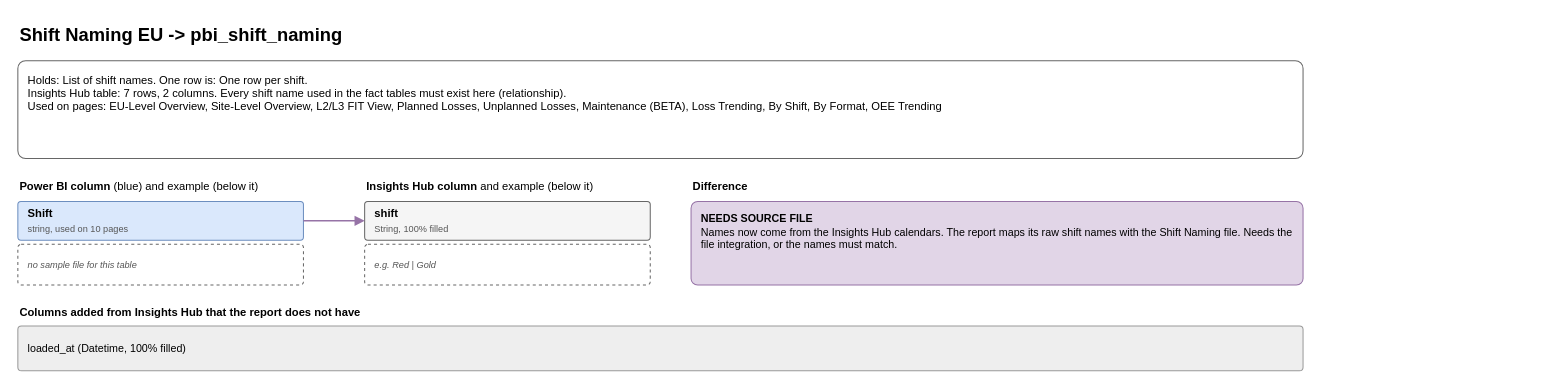
Earlier version of the draw.io diagram page "5 Shift Naming EU" (6 of 9) of diagrams/powerbi-data-map.drawio (AbiyyuMufti/SIH-IBMX-R). Source tidied: cells renumbered, new cells numbered last; positions are measured from the earlier drawing's top-left corner, leaving out a move shared by most shapes. Both pictures are drawn from the tidied source at 102%, with x=0, y=0 at pixel (17, 17).
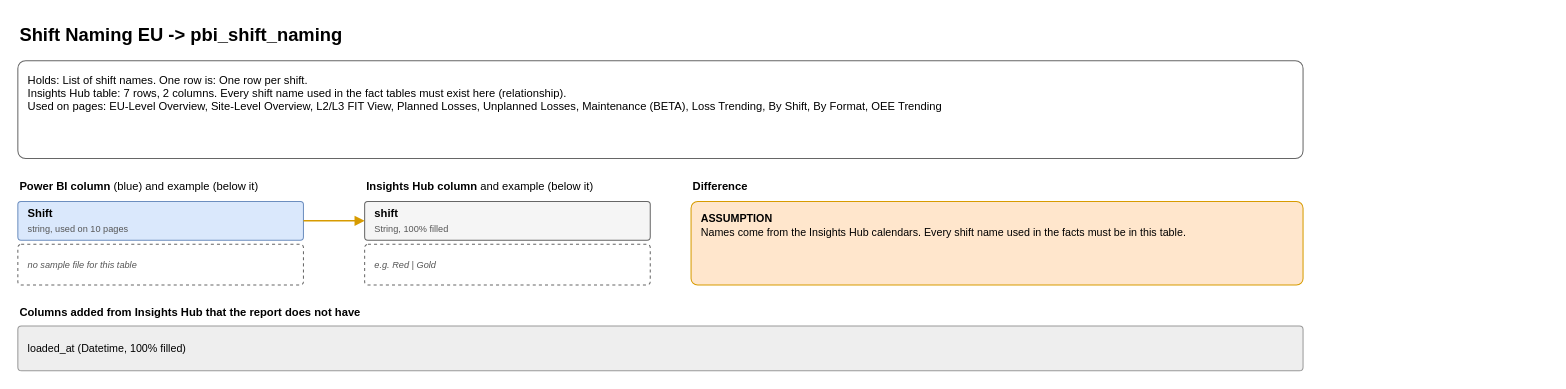
After the change.

What changed in the source:
```diff
@@
 <mxGraphModel>
   <root>
     <mxCell id="0" />
     <mxCell id="1" parent="0" />
     <mxCell id="2" value="&lt;b&gt;Shift Naming EU  -&amp;gt;  pbi_shift_naming&lt;/b&gt;" style="text;html=1;whiteSpace=wrap;align=left;verticalAlign=top;fontSize=12;fontSize=18;" parent="1" vertex="1">
       <mxGeometry width="1500" height="30" as="geometry" />
     </mxCell>
     <mxCell id="3" value="Holds: List of shift names. One row is: One row per shift.&lt;br&gt;Insights Hub table: 7 rows, 2 columns. Every shift name used in the fact tables must exist here (relationship).&lt;br&gt;Used on pages: EU-Level Overview, Site-Level Overview, L2/L3 FIT View, Planned Losses, Unplanned Losses, Maintenance (BETA), Loss Trending, By Shift, By Format, OEE Trending" style="rounded=1;whiteSpace=wrap;html=1;align=left;verticalAlign=middle;spacingLeft=8;spacingRight=6;spacingTop=2;spacingBottom=2;fontSize=11;arcSize=8;fillColor=#ffffff;strokeColor=#666666;verticalAlign=top;spacingTop=6;fontSize=11;" parent="1" vertex="1">
       <mxGeometry y="42" width="1260" height="96" as="geometry" />
     </mxCell>
     <mxCell id="4" value="&lt;b&gt;Power BI column&lt;/b&gt; (blue) and example (below it)" style="text;html=1;whiteSpace=wrap;align=left;verticalAlign=top;fontSize=12;fontSize=11;" parent="1" vertex="1">
       <mxGeometry y="152" width="270" height="20" as="geometry" />
     </mxCell>
     <mxCell id="5" value="&lt;b&gt;Insights Hub column&lt;/b&gt; and example (below it)" style="text;html=1;whiteSpace=wrap;align=left;verticalAlign=top;fontSize=12;fontSize=11;" parent="1" vertex="1">
       <mxGeometry x="340" y="152" width="270" height="20" as="geometry" />
     </mxCell>
     <mxCell id="6" value="&lt;b&gt;Difference&lt;/b&gt;" style="text;html=1;whiteSpace=wrap;align=left;verticalAlign=top;fontSize=12;fontSize=11;" parent="1" vertex="1">
       <mxGeometry x="660" y="152" width="600" height="20" as="geometry" />
     </mxCell>
     <mxCell id="7" value="&lt;b&gt;Shift&lt;/b&gt;&lt;br&gt;&lt;font style=&quot;font-size:9px&quot; color=&quot;#555555&quot;&gt;string, used on 10 pages&lt;/font&gt;" style="rounded=1;whiteSpace=wrap;html=1;align=left;verticalAlign=middle;spacingLeft=8;spacingRight=6;spacingTop=2;spacingBottom=2;fontSize=11;arcSize=8;fillColor=#dae8fc;strokeColor=#6c8ebf;" parent="1" vertex="1">
       <mxGeometry y="180" width="280" height="38" as="geometry" />
     </mxCell>
     <mxCell id="8" value="&lt;font style=&quot;font-size:9px&quot; color=&quot;#555555&quot;&gt;no sample file for this table&lt;/font&gt;" style="rounded=1;whiteSpace=wrap;html=1;align=left;verticalAlign=middle;spacingLeft=8;spacingRight=6;spacingTop=2;spacingBottom=2;fontSize=11;arcSize=8;fillColor=#ffffff;strokeColor=#666666;dashed=1;fontStyle=2;" parent="1" vertex="1">
       <mxGeometry y="222" width="280" height="40" as="geometry" />
     </mxCell>
     <mxCell id="9" value="&lt;b&gt;shift&lt;/b&gt;&lt;br&gt;&lt;font style=&quot;font-size:9px&quot; color=&quot;#555555&quot;&gt;String, 100% filled&lt;/font&gt;" style="rounded=1;whiteSpace=wrap;html=1;align=left;verticalAlign=middle;spacingLeft=8;spacingRight=6;spacingTop=2;spacingBottom=2;fontSize=11;arcSize=8;fillColor=#f5f5f5;strokeColor=#666666;" parent="1" vertex="1">
       <mxGeometry x="340" y="180" width="280" height="38" as="geometry" />
     </mxCell>
     <mxCell id="10" value="&lt;font style=&quot;font-size:9px&quot; color=&quot;#555555&quot;&gt;e.g. Red | Gold&lt;/font&gt;" style="rounded=1;whiteSpace=wrap;html=1;align=left;verticalAlign=middle;spacingLeft=8;spacingRight=6;spacingTop=2;spacingBottom=2;fontSize=11;arcSize=8;fillColor=#ffffff;strokeColor=#666666;dashed=1;fontStyle=2;" parent="1" vertex="1">
       <mxGeometry x="340" y="222" width="280" height="40" as="geometry" />
     </mxCell>
-    <mxCell id="11" style="edgeStyle=orthogonalEdgeStyle;html=1;endArrow=block;endFill=1;strokeWidth=1.5;strokeColor=#9673a6;" parent="1" edge="1" source="7" target="9">
+    <mxCell id="11" style="edgeStyle=orthogonalEdgeStyle;html=1;endArrow=block;endFill=1;strokeWidth=1.5;strokeColor=#d79b00;" parent="1" edge="1" source="7" target="9">
       <mxGeometry relative="1" as="geometry" />
     </mxCell>
-    <mxCell id="12" value="&lt;b&gt;NEEDS SOURCE FILE&lt;/b&gt;&lt;br&gt;Names now come from the Insights Hub calendars. The report maps its raw shift names with the Shift Naming file. Needs the file integration, or the names must match." style="rounded=1;whiteSpace=wrap;html=1;align=left;verticalAlign=middle;spacingLeft=8;spacingRight=6;spacingTop=2;spacingBottom=2;fontSize=11;arcSize=8;fillColor=#e1d5e7;strokeColor=#9673a6;verticalAlign=top;spacingTop=4;fontSize=10.5;" parent="1" vertex="1">
+    <mxCell id="12" value="&lt;b&gt;ASSUMPTION&lt;/b&gt;&lt;br&gt;Names come from the Insights Hub calendars. Every shift name used in the facts must be in this table." style="rounded=1;whiteSpace=wrap;html=1;align=left;verticalAlign=middle;spacingLeft=8;spacingRight=6;spacingTop=2;spacingBottom=2;fontSize=11;arcSize=8;fillColor=#ffe6cc;strokeColor=#d79b00;verticalAlign=top;spacingTop=4;fontSize=10.5;" parent="1" vertex="1">
       <mxGeometry x="660" y="180" width="600" height="82" as="geometry" />
     </mxCell>
     <mxCell id="13" value="&lt;b&gt;Columns added from Insights Hub that the report does not have&lt;/b&gt;" style="text;html=1;whiteSpace=wrap;align=left;verticalAlign=top;fontSize=12;fontSize=11;" parent="1" vertex="1">
       <mxGeometry y="276" width="1260" height="20" as="geometry" />
     </mxCell>
     <mxCell id="14" value="loaded_at (Datetime, 100% filled)" style="rounded=1;whiteSpace=wrap;html=1;align=left;verticalAlign=middle;spacingLeft=8;spacingRight=6;spacingTop=2;spacingBottom=2;fontSize=11;arcSize=8;fillColor=#eeeeee;strokeColor=#999999;fontSize=10.5;" parent="1" vertex="1">
       <mxGeometry y="302" width="1260" height="44" as="geometry" />
     </mxCell>
   </root>
 </mxGraphModel>
```
